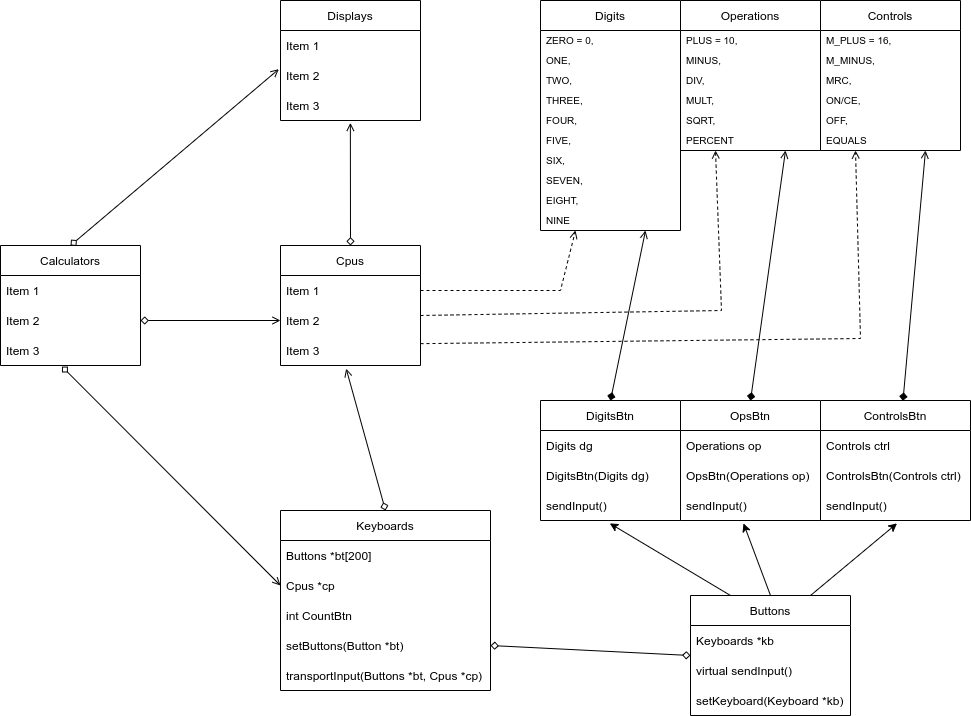
Before: Model/Calculator.drawio.png, a diagram exported from draw.io (RenanGAS/Calculator). Source tidied: cells renumbered, new cells last; positions are measured from the earlier drawing's top-left corner, leaving out a move shared by most shapes.
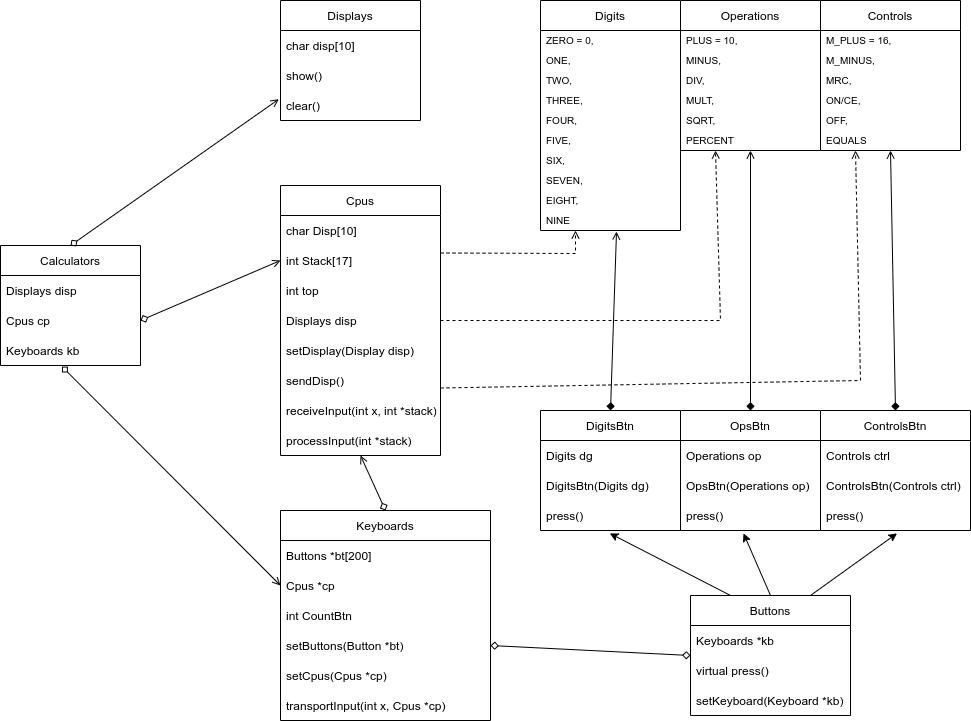
The same file after the commit.

Diff of the diagram source:
```diff
@@ -3,7 +3,7 @@
     <mxCell id="0" />
     <mxCell id="1" parent="0" />
     <mxCell id="2" value="Keyboards" style="swimlane;fontStyle=0;horizontal=1;startSize=30;" parent="1" vertex="1">
-      <mxGeometry x="280" y="510" width="210" height="180" as="geometry" />
+      <mxGeometry x="280" y="510" width="210" height="210" as="geometry" />
     </mxCell>
     <mxCell id="3" value="Buttons *bt[200]" style="text;strokeColor=none;fillColor=none;align=left;verticalAlign=middle;spacingLeft=4;spacingRight=4;overflow=hidden;" parent="2" vertex="1">
       <mxGeometry y="30" width="210" height="30" as="geometry" />
@@ -17,8 +17,11 @@
     <mxCell id="6" value="setButtons(Button *bt)" style="text;strokeColor=none;fillColor=none;align=left;verticalAlign=middle;spacingLeft=4;spacingRight=4;overflow=hidden;points=[[0,0.5],[1,0.5]];portConstraint=eastwest;" parent="2" vertex="1">
       <mxGeometry y="120" width="210" height="30" as="geometry" />
     </mxCell>
+    <mxCell id="76" value="setCpus(Cpus *cp)" style="text;strokeColor=none;fillColor=none;align=left;verticalAlign=middle;spacingLeft=4;spacingRight=4;overflow=hidden;" parent="2" vertex="1">
+      <mxGeometry y="150" width="210" height="30" as="geometry" />
+    </mxCell>
-    <mxCell id="7" value="transportInput(Buttons *bt, Cpus *cp)" style="text;strokeColor=none;fillColor=none;align=left;verticalAlign=middle;spacingLeft=4;spacingRight=4;overflow=hidden;" parent="2" vertex="1">
-      <mxGeometry y="150" width="210" height="30" as="geometry" />
+    <mxCell id="7" value="transportInput(int x, Cpus *cp)" style="text;strokeColor=none;fillColor=none;align=left;verticalAlign=middle;spacingLeft=4;spacingRight=4;overflow=hidden;" parent="2" vertex="1">
+      <mxGeometry y="180" width="210" height="30" as="geometry" />
     </mxCell>
     <mxCell id="8" value="Buttons" style="swimlane;fontStyle=0;horizontal=1;startSize=30;" parent="1" vertex="1">
       <mxGeometry x="690" y="595" width="160" height="120" as="geometry" />
@@ -26,7 +29,7 @@
     <mxCell id="9" value="Keyboards *kb" style="text;strokeColor=none;fillColor=none;align=left;verticalAlign=middle;spacingLeft=4;spacingRight=4;overflow=hidden;" parent="8" vertex="1">
       <mxGeometry y="30" width="160" height="30" as="geometry" />
     </mxCell>
-    <mxCell id="10" value="virtual sendInput()" style="text;strokeColor=none;fillColor=none;align=left;verticalAlign=middle;spacingLeft=4;spacingRight=4;overflow=hidden;" parent="8" vertex="1">
+    <mxCell id="10" value="virtual press()" style="text;strokeColor=none;fillColor=none;align=left;verticalAlign=middle;spacingLeft=4;spacingRight=4;overflow=hidden;" parent="8" vertex="1">
       <mxGeometry y="60" width="160" height="30" as="geometry" />
     </mxCell>
     <mxCell id="11" value="setKeyboard(Keyboard *kb)" style="text;strokeColor=none;fillColor=none;align=left;verticalAlign=middle;spacingLeft=4;spacingRight=4;overflow=hidden;" parent="8" vertex="1">
@@ -35,41 +38,56 @@
     <mxCell id="12" value="Displays" style="swimlane;fontStyle=0;horizontal=1;startSize=30;" parent="1" vertex="1">
       <mxGeometry x="280" width="140" height="120" as="geometry" />
     </mxCell>
+    <mxCell id="77" value="char disp[10]" style="text;strokeColor=none;fillColor=none;align=left;verticalAlign=middle;spacingLeft=4;spacingRight=4;overflow=hidden;" parent="12" vertex="1">
+      <mxGeometry y="30" width="140" height="30" as="geometry" />
+    </mxCell>
-    <mxCell id="13" value="Item 1" style="text;strokeColor=none;fillColor=none;align=left;verticalAlign=middle;spacingLeft=4;spacingRight=4;overflow=hidden;" parent="12" vertex="1">
-      <mxGeometry y="30" width="140" height="30" as="geometry" />
+    <mxCell id="13" value="show()" style="text;strokeColor=none;fillColor=none;align=left;verticalAlign=middle;spacingLeft=4;spacingRight=4;overflow=hidden;" parent="12" vertex="1">
+      <mxGeometry y="60" width="140" height="30" as="geometry" />
     </mxCell>
-    <mxCell id="14" value="Item 2" style="text;strokeColor=none;fillColor=none;align=left;verticalAlign=middle;spacingLeft=4;spacingRight=4;overflow=hidden;points=[[0,0.5],[1,0.5]];portConstraint=eastwest;" parent="12" vertex="1">
-      <mxGeometry y="60" width="140" height="30" as="geometry" />
+    <mxCell id="14" value="clear()" style="text;strokeColor=none;fillColor=none;align=left;verticalAlign=middle;spacingLeft=4;spacingRight=4;overflow=hidden;points=[[0,0.5],[1,0.5]];portConstraint=eastwest;" parent="12" vertex="1">
+      <mxGeometry y="90" width="140" height="30" as="geometry" />
     </mxCell>
-    <mxCell id="15" value="Item 3" style="text;strokeColor=none;fillColor=none;align=left;verticalAlign=middle;spacingLeft=4;spacingRight=4;overflow=hidden;points=[[0,0.5],[1,0.5]];portConstraint=eastwest;" parent="12" vertex="1">
-      <mxGeometry y="90" width="140" height="30" as="geometry" />
-    </mxCell>
     <mxCell id="16" value="Calculators" style="swimlane;fontStyle=0;horizontal=1;startSize=30;" parent="1" vertex="1">
       <mxGeometry y="245" width="140" height="120" as="geometry" />
     </mxCell>
-    <mxCell id="17" value="Item 1" style="text;strokeColor=none;fillColor=none;align=left;verticalAlign=middle;spacingLeft=4;spacingRight=4;overflow=hidden;" parent="16" vertex="1">
+    <mxCell id="17" value="Displays disp" style="text;strokeColor=none;fillColor=none;align=left;verticalAlign=middle;spacingLeft=4;spacingRight=4;overflow=hidden;" parent="16" vertex="1">
       <mxGeometry y="30" width="140" height="30" as="geometry" />
     </mxCell>
-    <mxCell id="18" value="Item 2" style="text;strokeColor=none;fillColor=none;align=left;verticalAlign=middle;spacingLeft=4;spacingRight=4;overflow=hidden;points=[[0,0.5],[1,0.5]];portConstraint=eastwest;" parent="16" vertex="1">
+    <mxCell id="18" value="Cpus cp" style="text;strokeColor=none;fillColor=none;align=left;verticalAlign=middle;spacingLeft=4;spacingRight=4;overflow=hidden;points=[[0,0.5],[1,0.5]];portConstraint=eastwest;" parent="16" vertex="1">
       <mxGeometry y="60" width="140" height="30" as="geometry" />
     </mxCell>
-    <mxCell id="19" value="Item 3" style="text;strokeColor=none;fillColor=none;align=left;verticalAlign=middle;spacingLeft=4;spacingRight=4;overflow=hidden;points=[[0,0.5],[1,0.5]];portConstraint=eastwest;" parent="16" vertex="1">
+    <mxCell id="19" value="Keyboards kb" style="text;strokeColor=none;fillColor=none;align=left;verticalAlign=middle;spacingLeft=4;spacingRight=4;overflow=hidden;points=[[0,0.5],[1,0.5]];portConstraint=eastwest;" parent="16" vertex="1">
       <mxGeometry y="90" width="140" height="30" as="geometry" />
     </mxCell>
     <mxCell id="20" value="Cpus" style="swimlane;fontStyle=0;horizontal=1;startSize=30;" parent="1" vertex="1">
-      <mxGeometry x="280" y="245" width="140" height="120" as="geometry" />
+      <mxGeometry x="280" y="185" width="160" height="270" as="geometry" />
     </mxCell>
-    <mxCell id="21" value="Item 1" style="text;strokeColor=none;fillColor=none;align=left;verticalAlign=middle;spacingLeft=4;spacingRight=4;overflow=hidden;points=[[0,0.5],[1,0.5]];portConstraint=eastwest;" parent="20" vertex="1">
-      <mxGeometry y="30" width="140" height="30" as="geometry" />
+    <mxCell id="21" value="char Disp[10]" style="text;strokeColor=none;fillColor=none;align=left;verticalAlign=middle;spacingLeft=4;spacingRight=4;overflow=hidden;points=[[0,0.5],[1,0.5]];portConstraint=eastwest;" parent="20" vertex="1">
+      <mxGeometry y="30" width="160" height="30" as="geometry" />
     </mxCell>
-    <mxCell id="22" value="Item 2" style="text;strokeColor=none;fillColor=none;align=left;verticalAlign=middle;spacingLeft=4;spacingRight=4;overflow=hidden;points=[[0,0.5],[1,0.5]];portConstraint=eastwest;" parent="20" vertex="1">
-      <mxGeometry y="60" width="140" height="30" as="geometry" />
+    <mxCell id="22" value="int Stack[17]" style="text;strokeColor=none;fillColor=none;align=left;verticalAlign=middle;spacingLeft=4;spacingRight=4;overflow=hidden;points=[[0,0.5],[1,0.5]];portConstraint=eastwest;" parent="20" vertex="1">
+      <mxGeometry y="60" width="160" height="30" as="geometry" />
     </mxCell>
+    <mxCell id="78" value="int top" style="text;strokeColor=none;fillColor=none;align=left;verticalAlign=middle;spacingLeft=4;spacingRight=4;overflow=hidden;" parent="20" vertex="1">
+      <mxGeometry y="90" width="160" height="30" as="geometry" />
+    </mxCell>
-    <mxCell id="23" value="Item 3" style="text;strokeColor=none;fillColor=none;align=left;verticalAlign=middle;spacingLeft=4;spacingRight=4;overflow=hidden;points=[[0,0.5],[1,0.5]];portConstraint=eastwest;" parent="20" vertex="1">
-      <mxGeometry y="90" width="140" height="30" as="geometry" />
+    <mxCell id="23" value="Displays disp" style="text;strokeColor=none;fillColor=none;align=left;verticalAlign=middle;spacingLeft=4;spacingRight=4;overflow=hidden;points=[[0,0.5],[1,0.5]];portConstraint=eastwest;" parent="20" vertex="1">
+      <mxGeometry y="120" width="160" height="30" as="geometry" />
     </mxCell>
+    <mxCell id="79" value="setDisplay(Display disp)" style="text;strokeColor=none;fillColor=none;align=left;verticalAlign=middle;spacingLeft=4;spacingRight=4;overflow=hidden;" parent="20" vertex="1">
+      <mxGeometry y="150" width="160" height="30" as="geometry" />
+    </mxCell>
+    <mxCell id="80" value="sendDisp()" style="text;strokeColor=none;fillColor=none;align=left;verticalAlign=middle;spacingLeft=4;spacingRight=4;overflow=hidden;" parent="20" vertex="1">
+      <mxGeometry y="180" width="160" height="30" as="geometry" />
+    </mxCell>
+    <mxCell id="81" value="receiveInput(int x, int *stack)" style="text;strokeColor=none;fillColor=none;align=left;verticalAlign=middle;spacingLeft=4;spacingRight=4;overflow=hidden;" parent="20" vertex="1">
+      <mxGeometry y="210" width="160" height="30" as="geometry" />
+    </mxCell>
+    <mxCell id="82" value="processInput(int *stack)" style="text;strokeColor=none;fillColor=none;align=left;verticalAlign=middle;spacingLeft=4;spacingRight=4;overflow=hidden;" parent="20" vertex="1">
+      <mxGeometry y="240" width="160" height="30" as="geometry" />
+    </mxCell>
     <mxCell id="24" value="ControlsBtn" style="swimlane;fontStyle=0;horizontal=1;startSize=30;" parent="1" vertex="1">
-      <mxGeometry x="820" y="400" width="150" height="120" as="geometry" />
+      <mxGeometry x="820" y="410" width="150" height="120" as="geometry" />
     </mxCell>
     <mxCell id="25" value="Controls ctrl" style="text;strokeColor=none;fillColor=none;align=left;verticalAlign=middle;spacingLeft=4;spacingRight=4;overflow=hidden;" parent="24" vertex="1">
       <mxGeometry y="30" width="150" height="30" as="geometry" />
@@ -77,11 +95,11 @@
     <mxCell id="26" value="ControlsBtn(Controls ctrl)" style="text;strokeColor=none;fillColor=none;align=left;verticalAlign=middle;spacingLeft=4;spacingRight=4;overflow=hidden;" parent="24" vertex="1">
       <mxGeometry y="60" width="150" height="30" as="geometry" />
     </mxCell>
-    <mxCell id="27" value="sendInput()" style="text;strokeColor=none;fillColor=none;align=left;verticalAlign=middle;spacingLeft=4;spacingRight=4;overflow=hidden;points=[[0,0.5],[1,0.5]];portConstraint=eastwest;" parent="24" vertex="1">
+    <mxCell id="27" value="press()" style="text;strokeColor=none;fillColor=none;align=left;verticalAlign=middle;spacingLeft=4;spacingRight=4;overflow=hidden;points=[[0,0.5],[1,0.5]];portConstraint=eastwest;" parent="24" vertex="1">
       <mxGeometry y="90" width="150" height="30" as="geometry" />
     </mxCell>
     <mxCell id="28" value="OpsBtn" style="swimlane;fontStyle=0;horizontal=1;startSize=30;" parent="1" vertex="1">
-      <mxGeometry x="680" y="400" width="140" height="120" as="geometry" />
+      <mxGeometry x="680" y="410" width="140" height="120" as="geometry" />
     </mxCell>
     <mxCell id="29" value="Operations op" style="text;strokeColor=none;fillColor=none;align=left;verticalAlign=middle;spacingLeft=4;spacingRight=4;overflow=hidden;" parent="28" vertex="1">
       <mxGeometry y="30" width="140" height="30" as="geometry" />
@@ -89,11 +107,11 @@
     <mxCell id="30" value="OpsBtn(Operations op)" style="text;strokeColor=none;fillColor=none;align=left;verticalAlign=middle;spacingLeft=4;spacingRight=4;overflow=hidden;" parent="28" vertex="1">
       <mxGeometry y="60" width="140" height="30" as="geometry" />
     </mxCell>
-    <mxCell id="31" value="sendInput()" style="text;strokeColor=none;fillColor=none;align=left;verticalAlign=middle;spacingLeft=4;spacingRight=4;overflow=hidden;points=[[0,0.5],[1,0.5]];portConstraint=eastwest;" parent="28" vertex="1">
+    <mxCell id="31" value="press()" style="text;strokeColor=none;fillColor=none;align=left;verticalAlign=middle;spacingLeft=4;spacingRight=4;overflow=hidden;points=[[0,0.5],[1,0.5]];portConstraint=eastwest;" parent="28" vertex="1">
       <mxGeometry y="90" width="140" height="30" as="geometry" />
     </mxCell>
     <mxCell id="32" value="DigitsBtn" style="swimlane;fontStyle=0;horizontal=1;startSize=30;" parent="1" vertex="1">
-      <mxGeometry x="540" y="400" width="140" height="120" as="geometry" />
+      <mxGeometry x="540" y="410" width="140" height="120" as="geometry" />
     </mxCell>
     <mxCell id="33" value="Digits dg" style="text;strokeColor=none;fillColor=none;align=left;verticalAlign=middle;spacingLeft=4;spacingRight=4;overflow=hidden;" parent="32" vertex="1">
       <mxGeometry y="30" width="140" height="30" as="geometry" />
@@ -101,7 +119,7 @@
     <mxCell id="34" value="DigitsBtn(Digits dg)" style="text;strokeColor=none;fillColor=none;align=left;verticalAlign=middle;spacingLeft=4;spacingRight=4;overflow=hidden;" parent="32" vertex="1">
       <mxGeometry y="60" width="140" height="30" as="geometry" />
     </mxCell>
-    <mxCell id="35" value="sendInput()" style="text;strokeColor=none;fillColor=none;align=left;verticalAlign=middle;spacingLeft=4;spacingRight=4;overflow=hidden;points=[[0,0.5],[1,0.5]];portConstraint=eastwest;" parent="32" vertex="1">
+    <mxCell id="35" value="press()" style="text;strokeColor=none;fillColor=none;align=left;verticalAlign=middle;spacingLeft=4;spacingRight=4;overflow=hidden;points=[[0,0.5],[1,0.5]];portConstraint=eastwest;" parent="32" vertex="1">
       <mxGeometry y="90" width="140" height="30" as="geometry" />
     </mxCell>
     <mxCell id="36" value="Operations" style="swimlane;fontStyle=0;horizontal=1;startSize=30;" parent="1" vertex="1">
@@ -125,16 +143,14 @@
     <mxCell id="42" value="PERCENT" style="text;strokeColor=none;fillColor=none;align=left;verticalAlign=middle;spacingLeft=4;spacingRight=4;overflow=hidden;fontSize=10;" parent="36" vertex="1">
       <mxGeometry y="130" width="140" height="20" as="geometry" />
     </mxCell>
-    <mxCell id="43" style="endArrow=diamond;html=1;rounded=0;endFill=1;startArrow=open;startFill=0;entryX=0.5;entryY=0;entryDx=0;entryDy=0;exitX=0.75;exitY=1;exitDx=0;exitDy=0;" parent="1" edge="1" source="65" target="32">
+    <mxCell id="43" style="endArrow=diamond;html=1;rounded=0;endFill=1;startArrow=open;startFill=0;entryX=0.5;entryY=0;entryDx=0;entryDy=0;exitX=0.543;exitY=1.05;exitDx=0;exitDy=0;exitPerimeter=0;" parent="1" edge="1" source="75" target="32">
       <mxGeometry relative="1" as="geometry" />
     </mxCell>
-    <mxCell id="44" style="endArrow=open;html=1;rounded=0;endFill=0;exitX=0.5;exitY=0;exitDx=0;exitDy=0;startArrow=diamond;startFill=1;entryX=0.75;entryY=1;entryDx=0;entryDy=0;" parent="1" edge="1" source="28" target="36">
+    <mxCell id="44" style="endArrow=open;html=1;rounded=0;endFill=0;exitX=0.5;exitY=0;exitDx=0;exitDy=0;startArrow=diamond;startFill=1;entryX=0.5;entryY=1;entryDx=0;entryDy=0;" parent="1" edge="1" source="28" target="36">
       <mxGeometry relative="1" as="geometry" />
     </mxCell>
-    <mxCell id="45" style="endArrow=open;html=1;rounded=0;endFill=0;entryX=0.75;entryY=1;entryDx=0;entryDy=0;exitX=0.5;exitY=0;exitDx=0;exitDy=0;startArrow=diamond;startFill=1;" parent="1" edge="1" target="58">
-      <mxGeometry relative="1" as="geometry">
-        <mxPoint x="902.5" y="400.3" as="sourcePoint" />
-      </mxGeometry>
+    <mxCell id="45" style="endArrow=open;html=1;rounded=0;endFill=0;entryX=0.5;entryY=1;entryDx=0;entryDy=0;exitX=0.5;exitY=0;exitDx=0;exitDy=0;startArrow=diamond;startFill=1;" parent="1" edge="1" source="24" target="58">
+      <mxGeometry relative="1" as="geometry" />
     </mxCell>
     <mxCell id="46" style="endArrow=classic;html=1;rounded=0;entryX=0.495;entryY=1.096;entryDx=0;entryDy=0;exitX=0.25;exitY=0;exitDx=0;exitDy=0;entryPerimeter=0;" parent="1" edge="1" source="8" target="35">
       <mxGeometry relative="1" as="geometry" />
@@ -148,10 +164,10 @@
     <mxCell id="49" style="endArrow=diamond;html=1;rounded=0;entryX=0;entryY=0.5;entryDx=0;entryDy=0;exitX=1;exitY=0.5;exitDx=0;exitDy=0;startArrow=diamond;startFill=0;endFill=0;" parent="1" edge="1" source="6" target="8">
       <mxGeometry relative="1" as="geometry" />
     </mxCell>
-    <mxCell id="50" style="endArrow=diamond;html=1;rounded=0;endFill=0;startArrow=open;startFill=0;exitX=0.469;exitY=1.105;exitDx=0;exitDy=0;exitPerimeter=0;entryX=0.5;entryY=0;entryDx=0;entryDy=0;" parent="1" edge="1" source="23" target="2">
+    <mxCell id="50" style="endArrow=diamond;html=1;rounded=0;endFill=0;startArrow=open;startFill=0;entryX=0.5;entryY=0;entryDx=0;entryDy=0;exitX=0.5;exitY=1;exitDx=0;exitDy=0;" parent="1" edge="1" source="20" target="2">
       <mxGeometry relative="1" as="geometry" />
     </mxCell>
-    <mxCell id="51" style="endArrow=diamond;html=1;rounded=0;endFill=0;startArrow=open;startFill=0;entryX=0.5;entryY=0;entryDx=0;entryDy=0;exitX=0.499;exitY=1.079;exitDx=0;exitDy=0;exitPerimeter=0;" parent="1" edge="1" source="15" target="20">
+    <mxCell id="51" style="endArrow=diamond;html=1;rounded=0;endFill=0;startArrow=open;startFill=0;entryX=0.5;entryY=0;entryDx=0;entryDy=0;exitX=0.499;exitY=1.079;exitDx=0;exitDy=0;exitPerimeter=0;" parent="1" edge="1" source="x" target="20">
       <mxGeometry relative="1" as="geometry" />
     </mxCell>
     <mxCell id="52" style="endArrow=diamond;html=1;rounded=0;endFill=0;startArrow=open;startFill=0;entryX=0.5;entryY=0;entryDx=0;entryDy=0;exitX=-0.012;exitY=0.289;exitDx=0;exitDy=0;exitPerimeter=0;" parent="1" edge="1" source="14" target="16">
@@ -163,26 +179,24 @@
     <mxCell id="54" style="endArrow=diamond;html=1;rounded=0;endFill=0;startArrow=open;startFill=0;exitX=0;exitY=0.5;exitDx=0;exitDy=0;entryX=0.439;entryY=1.035;entryDx=0;entryDy=0;entryPerimeter=0;" parent="1" edge="1" source="4" target="19">
       <mxGeometry relative="1" as="geometry" />
     </mxCell>
-    <mxCell id="55" style="endArrow=open;html=1;rounded=0;dashed=1;exitX=1;exitY=0.5;exitDx=0;exitDy=0;endFill=0;entryX=0.25;entryY=1;entryDx=0;entryDy=0;" parent="1" edge="1" source="21" target="65">
+    <mxCell id="55" style="endArrow=open;html=1;rounded=0;dashed=1;exitX=1;exitY=0.25;exitDx=0;exitDy=0;endFill=0;entryX=0.25;entryY=1;entryDx=0;entryDy=0;" parent="1" edge="1" source="20" target="65">
       <mxGeometry relative="1" as="geometry">
         <Array as="points">
-          <mxPoint x="560" y="290" />
+          <mxPoint x="575" y="253" />
         </Array>
       </mxGeometry>
     </mxCell>
-    <mxCell id="56" style="endArrow=open;html=1;rounded=0;dashed=1;exitX=1;exitY=0.5;exitDx=0;exitDy=0;endFill=0;entryX=0.25;entryY=1;entryDx=0;entryDy=0;" parent="1" edge="1" target="36">
+    <mxCell id="56" style="endArrow=open;html=1;rounded=0;dashed=1;endFill=0;entryX=0.25;entryY=1;entryDx=0;entryDy=0;exitX=1;exitY=0.5;exitDx=0;exitDy=0;" parent="1" edge="1" source="20" target="36">
       <mxGeometry relative="1" as="geometry">
-        <mxPoint x="420" y="315" as="sourcePoint" />
         <Array as="points">
-          <mxPoint x="721" y="310" />
+          <mxPoint x="720" y="320" />
         </Array>
       </mxGeometry>
     </mxCell>
-    <mxCell id="57" style="endArrow=open;html=1;rounded=0;dashed=1;exitX=1;exitY=0.5;exitDx=0;exitDy=0;endFill=0;entryX=0.25;entryY=1;entryDx=0;entryDy=0;" parent="1" edge="1" target="58">
+    <mxCell id="57" style="endArrow=open;html=1;rounded=0;dashed=1;exitX=1;exitY=0.75;exitDx=0;exitDy=0;endFill=0;entryX=0.25;entryY=1;entryDx=0;entryDy=0;" parent="1" edge="1" source="20" target="58">
       <mxGeometry relative="1" as="geometry">
-        <mxPoint x="420" y="343.2" as="sourcePoint" />
         <Array as="points">
-          <mxPoint x="860" y="338" />
+          <mxPoint x="860" y="380" />
         </Array>
       </mxGeometry>
     </mxCell>
```
